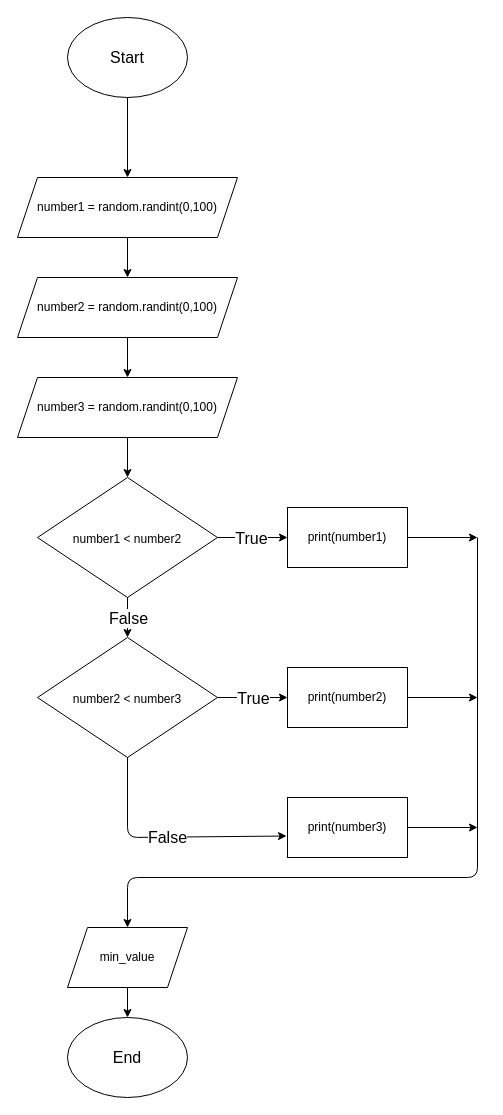
Earlier version of the draw.io diagram Assignment_3-1.drawio (Howlerone-reaper/Assignment_3-1). Source tidied: cells renumbered, new cells numbered last; positions are measured from the earlier drawing's top-left corner, leaving out a move shared by most shapes. Both pictures are drawn from the tidied source at 100%, with x=0, y=0 at pixel (17, 17).
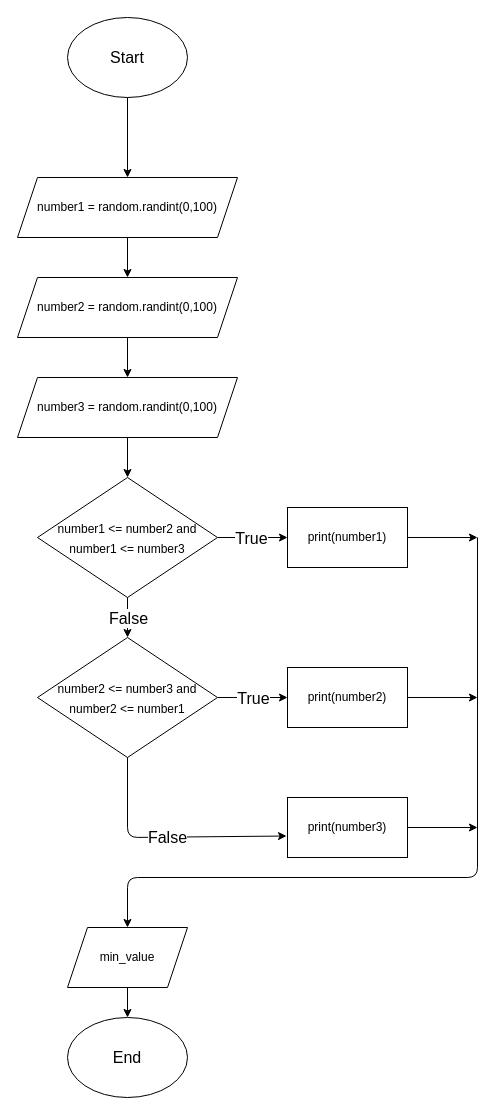
Above is the later version.

Diff of the diagram source:
```diff
@@
-    <mxCell id="10" value="&lt;font style=&quot;font-size: 12px;&quot;&gt;number1 &amp;lt; number2&lt;/font&gt;" style="rhombus;whiteSpace=wrap;html=1;fontSize=16;" parent="1" vertex="1">
+    <mxCell id="10" value="&lt;font style=&quot;font-size: 12px;&quot;&gt;number1 &amp;lt;= number2 and number1 &amp;lt;= number3&lt;/font&gt;" style="rhombus;whiteSpace=wrap;html=1;fontSize=16;" parent="1" vertex="1">
       <mxGeometry x="20" y="460" width="180" height="120" as="geometry" />
     </mxCell>
-    <mxCell id="11" value="&lt;font style=&quot;font-size: 12px;&quot;&gt;number2 &amp;lt; number3&lt;/font&gt;" style="rhombus;whiteSpace=wrap;html=1;fontSize=16;" parent="1" vertex="1">
+    <mxCell id="11" value="&lt;font style=&quot;font-size: 12px;&quot;&gt;number2 &amp;lt;= number3 and number2 &amp;lt;= number1&lt;/font&gt;" style="rhombus;whiteSpace=wrap;html=1;fontSize=16;" parent="1" vertex="1">
       <mxGeometry x="20" y="620" width="180" height="120" as="geometry" />
     </mxCell>
```
